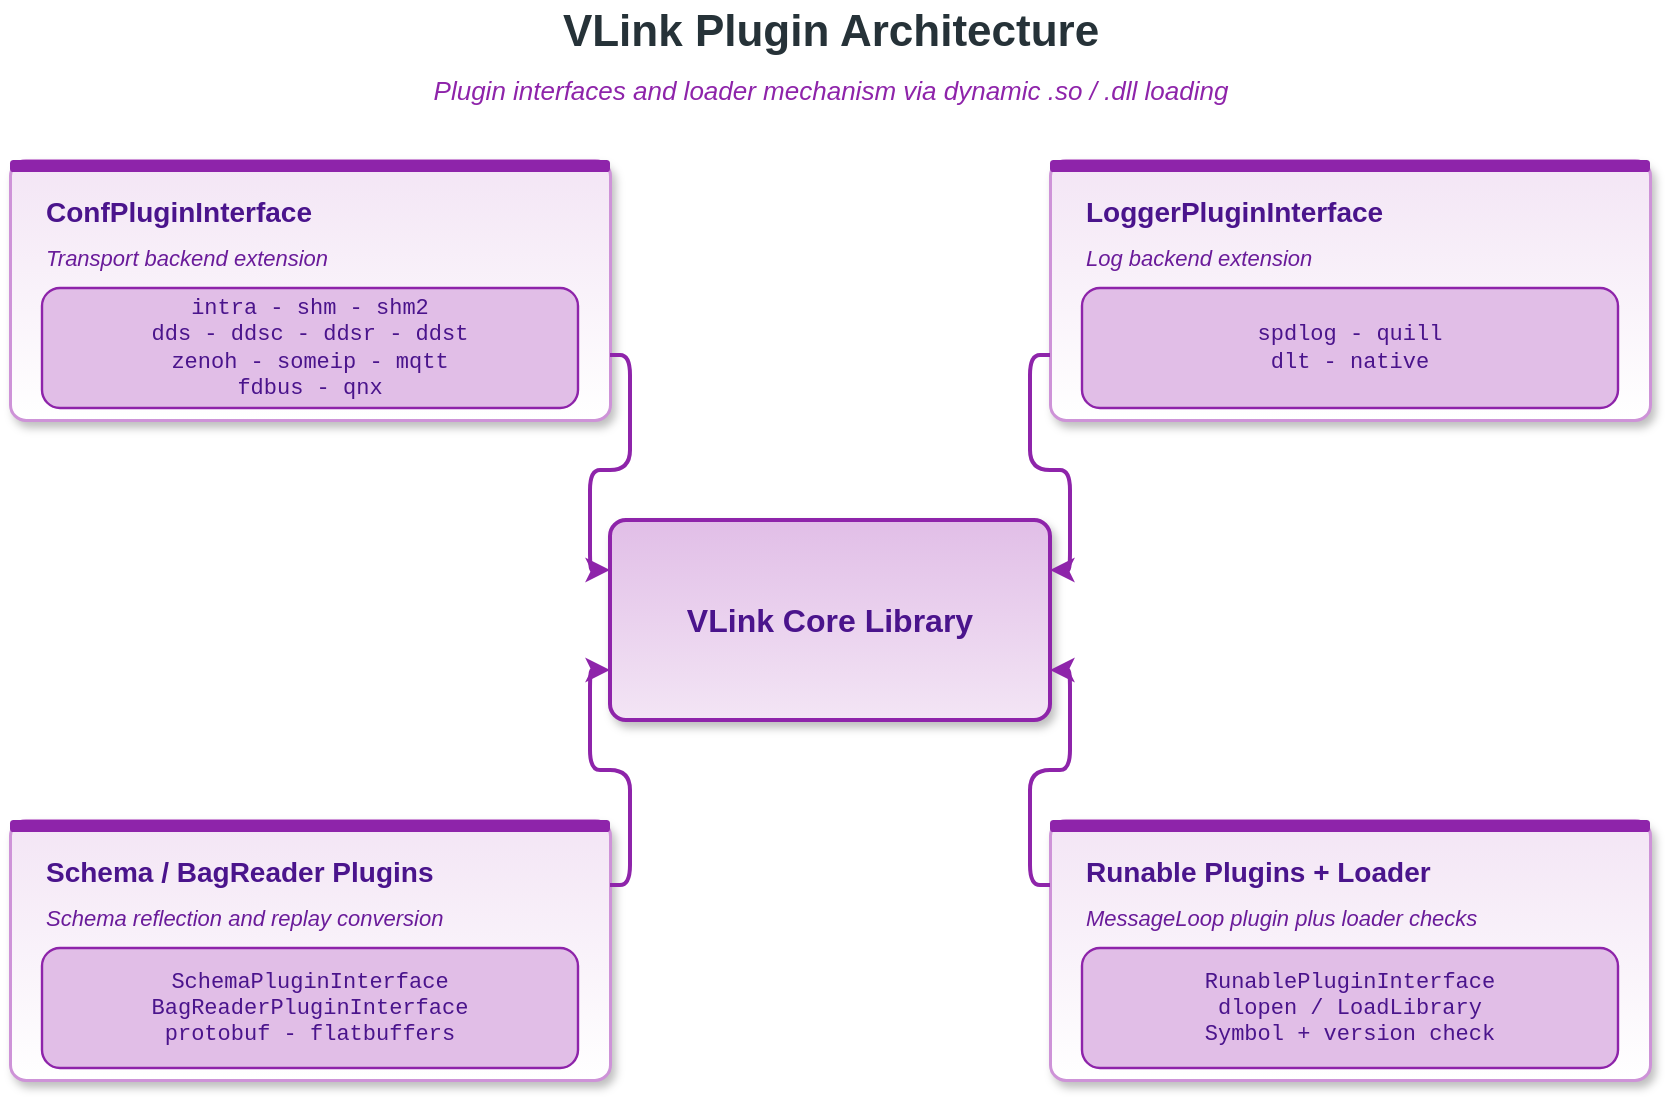
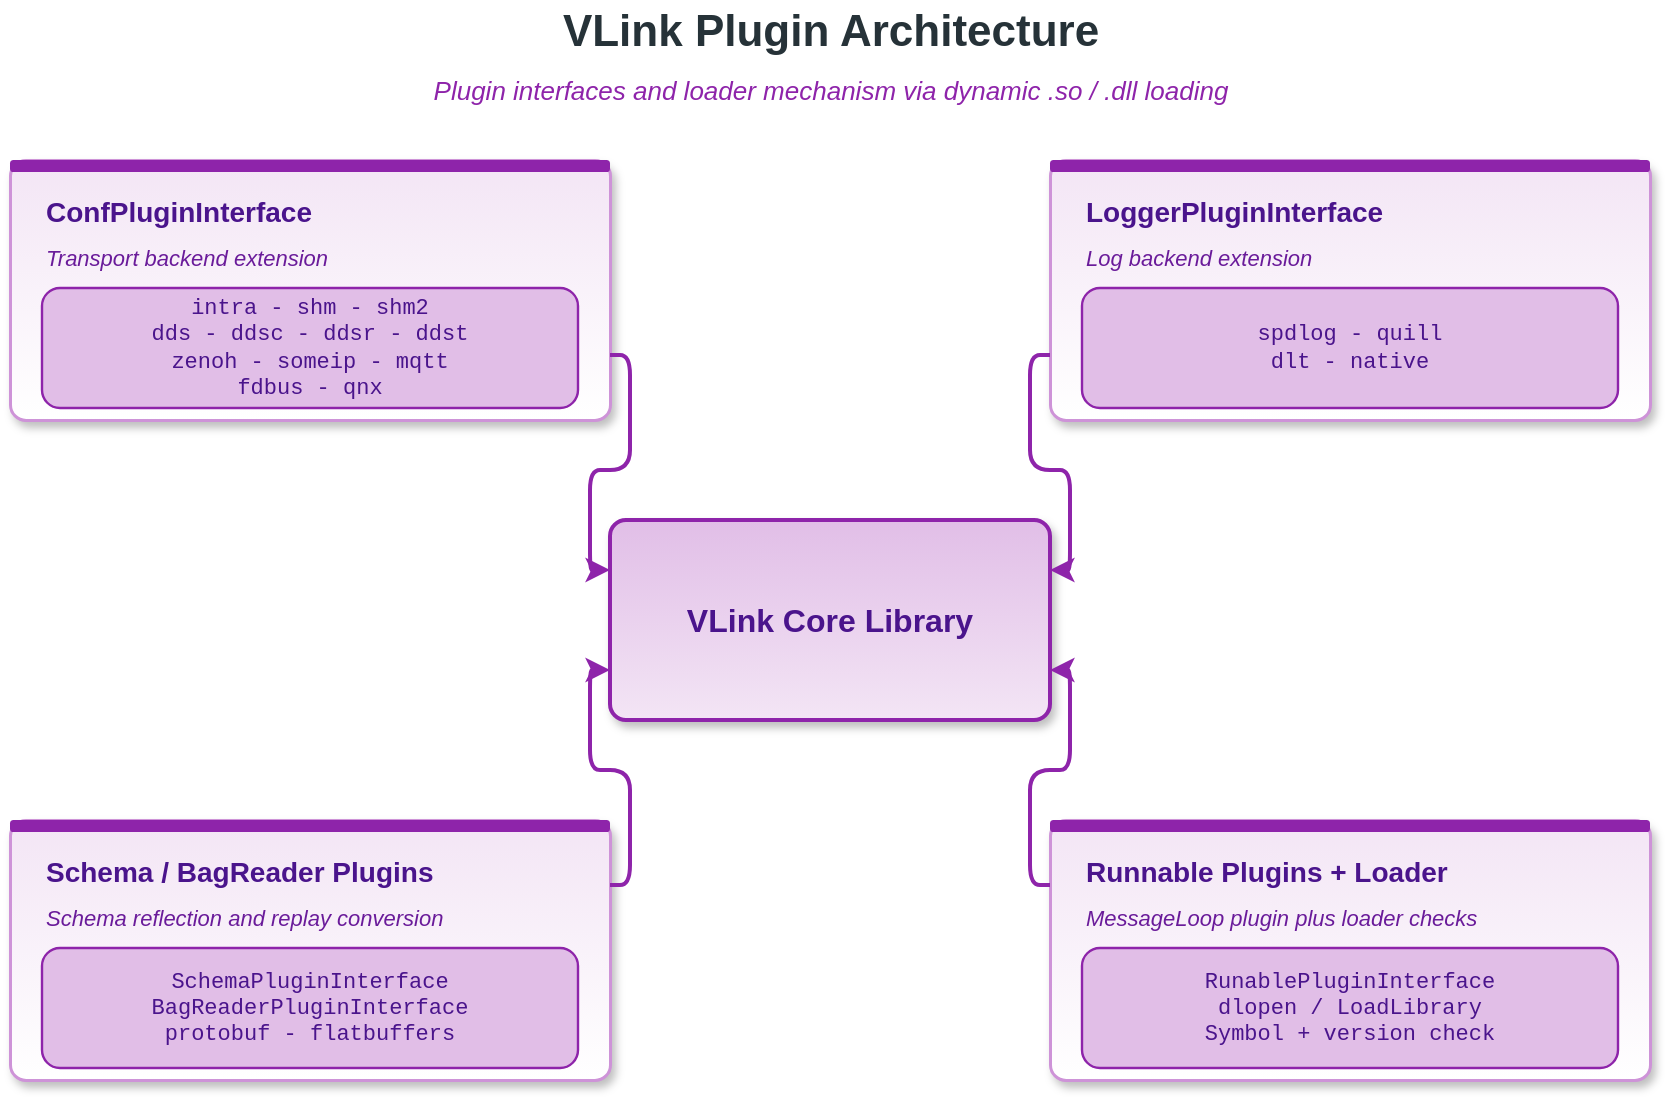
<mxfile host="app.diagrams.net" modified="2026-04-23T00:00:00.000Z" agent="Claude" version="24.0.0" type="device">
  <diagram id="plugin-architecture" name="Plugin Architecture">
    <mxGraphModel dx="900" dy="640" grid="0" gridSize="10" guides="1" tooltips="1" connect="1" arrows="1" fold="1" page="1" pageScale="1" pageWidth="900" pageHeight="640" math="0" shadow="0">
      <root>
        <mxCell id="0" />
        <mxCell id="1" parent="0" />

        <!-- Title -->
        <mxCell id="title" value="VLink Plugin Architecture" style="text;html=1;align=center;verticalAlign=middle;strokeColor=none;fillColor=none;fontSize=22;fontStyle=1;fontColor=#263238;" vertex="1" parent="1">
          <mxGeometry x="40" y="20" width="820" height="32" as="geometry" />
        </mxCell>
        <mxCell id="subtitle" value="Plugin interfaces and loader mechanism via dynamic .so / .dll loading" style="text;html=1;align=center;verticalAlign=middle;strokeColor=none;fillColor=none;fontSize=13;fontStyle=2;fontColor=#8e24aa;" vertex="1" parent="1">
          <mxGeometry x="40" y="54" width="820" height="22" as="geometry" />
        </mxCell>

        <!-- Center: Core -->
        <mxCell id="core" value="VLink Core Library" style="rounded=1;whiteSpace=wrap;html=1;fillColor=#f3e5f5;strokeColor=#8e24aa;strokeWidth=2;fontSize=16;fontStyle=1;fontColor=#4a148c;arcSize=8;verticalAlign=middle;shadow=1;gradientColor=#e1bee7;gradientDirection=north;" vertex="1" parent="1">
          <mxGeometry x="340" y="280" width="220" height="100" as="geometry" />
        </mxCell>

        <!-- Top-left: ConfPluginInterface -->
        <mxCell id="conf_box" value="" style="rounded=1;whiteSpace=wrap;html=1;fillColor=#ffffff;strokeColor=#ce93d8;strokeWidth=1.5;arcSize=6;shadow=1;gradientColor=#f3e5f5;gradientDirection=north;" vertex="1" parent="1">
          <mxGeometry x="40" y="100" width="300" height="130" as="geometry" />
        </mxCell>
        <mxCell id="conf_bar" value="" style="rounded=1;whiteSpace=wrap;html=1;fillColor=#8e24aa;strokeColor=none;arcSize=30;" vertex="1" parent="1">
          <mxGeometry x="40" y="100" width="300" height="6" as="geometry" />
        </mxCell>
        <mxCell id="conf_t" value="ConfPluginInterface" style="text;html=1;align=left;verticalAlign=middle;strokeColor=none;fillColor=none;fontSize=14;fontStyle=1;fontColor=#4a148c;" vertex="1" parent="1">
          <mxGeometry x="56" y="114" width="268" height="24" as="geometry" />
        </mxCell>
        <mxCell id="conf_l" value="Transport backend extension" style="text;html=1;align=left;verticalAlign=middle;strokeColor=none;fillColor=none;fontSize=11;fontStyle=2;fontColor=#6a1b9a;" vertex="1" parent="1">
          <mxGeometry x="56" y="140" width="268" height="18" as="geometry" />
        </mxCell>
        <mxCell id="conf_items" value="intra  -  shm  -  shm2&#10;dds  -  ddsc  -  ddsr  -  ddst&#10;zenoh  -  someip  -  mqtt&#10;fdbus  -  qnx" style="rounded=1;whiteSpace=wrap;html=1;fillColor=#e1bee7;strokeColor=#8e24aa;strokeWidth=1.2;fontSize=11;fontFamily=Courier New;fontColor=#4a148c;align=center;" vertex="1" parent="1">
          <mxGeometry x="56" y="164" width="268" height="60" as="geometry" />
        </mxCell>

        <!-- Top-right: LoggerPluginInterface -->
        <mxCell id="log_box" value="" style="rounded=1;whiteSpace=wrap;html=1;fillColor=#ffffff;strokeColor=#ce93d8;strokeWidth=1.5;arcSize=6;shadow=1;gradientColor=#f3e5f5;gradientDirection=north;" vertex="1" parent="1">
          <mxGeometry x="560" y="100" width="300" height="130" as="geometry" />
        </mxCell>
        <mxCell id="log_bar" value="" style="rounded=1;whiteSpace=wrap;html=1;fillColor=#8e24aa;strokeColor=none;arcSize=30;" vertex="1" parent="1">
          <mxGeometry x="560" y="100" width="300" height="6" as="geometry" />
        </mxCell>
        <mxCell id="log_t" value="LoggerPluginInterface" style="text;html=1;align=left;verticalAlign=middle;strokeColor=none;fillColor=none;fontSize=14;fontStyle=1;fontColor=#4a148c;" vertex="1" parent="1">
          <mxGeometry x="576" y="114" width="268" height="24" as="geometry" />
        </mxCell>
        <mxCell id="log_l" value="Log backend extension" style="text;html=1;align=left;verticalAlign=middle;strokeColor=none;fillColor=none;fontSize=11;fontStyle=2;fontColor=#6a1b9a;" vertex="1" parent="1">
          <mxGeometry x="576" y="140" width="268" height="18" as="geometry" />
        </mxCell>
        <mxCell id="log_items" value="spdlog  -  quill&#10;dlt  -  native" style="rounded=1;whiteSpace=wrap;html=1;fillColor=#e1bee7;strokeColor=#8e24aa;strokeWidth=1.2;fontSize=11;fontFamily=Courier New;fontColor=#4a148c;align=center;" vertex="1" parent="1">
          <mxGeometry x="576" y="164" width="268" height="60" as="geometry" />
        </mxCell>

        <!-- Bottom-left: SchemaPluginInterface / BagReaderPluginInterface -->
        <mxCell id="sch_box" value="" style="rounded=1;whiteSpace=wrap;html=1;fillColor=#ffffff;strokeColor=#ce93d8;strokeWidth=1.5;arcSize=6;shadow=1;gradientColor=#f3e5f5;gradientDirection=north;" vertex="1" parent="1">
          <mxGeometry x="40" y="430" width="300" height="130" as="geometry" />
        </mxCell>
        <mxCell id="sch_bar" value="" style="rounded=1;whiteSpace=wrap;html=1;fillColor=#8e24aa;strokeColor=none;arcSize=30;" vertex="1" parent="1">
          <mxGeometry x="40" y="430" width="300" height="6" as="geometry" />
        </mxCell>
        <mxCell id="sch_t" value="Schema / BagReader Plugins" style="text;html=1;align=left;verticalAlign=middle;strokeColor=none;fillColor=none;fontSize=14;fontStyle=1;fontColor=#4a148c;" vertex="1" parent="1">
          <mxGeometry x="56" y="444" width="268" height="24" as="geometry" />
        </mxCell>
        <mxCell id="sch_l" value="Schema reflection and replay conversion" style="text;html=1;align=left;verticalAlign=middle;strokeColor=none;fillColor=none;fontSize=11;fontStyle=2;fontColor=#6a1b9a;" vertex="1" parent="1">
          <mxGeometry x="56" y="470" width="268" height="18" as="geometry" />
        </mxCell>
        <mxCell id="sch_items" value="SchemaPluginInterface&#10;BagReaderPluginInterface&#10;protobuf  -  flatbuffers" style="rounded=1;whiteSpace=wrap;html=1;fillColor=#e1bee7;strokeColor=#8e24aa;strokeWidth=1.2;fontSize=11;fontFamily=Courier New;fontColor=#4a148c;align=center;" vertex="1" parent="1">
          <mxGeometry x="56" y="494" width="268" height="60" as="geometry" />
        </mxCell>

        <!-- Bottom-right: RunablePluginInterface / Plugin Loader -->
        <mxCell id="ld_box" value="" style="rounded=1;whiteSpace=wrap;html=1;fillColor=#ffffff;strokeColor=#ce93d8;strokeWidth=1.5;arcSize=6;shadow=1;gradientColor=#f3e5f5;gradientDirection=north;" vertex="1" parent="1">
          <mxGeometry x="560" y="430" width="300" height="130" as="geometry" />
        </mxCell>
        <mxCell id="ld_bar" value="" style="rounded=1;whiteSpace=wrap;html=1;fillColor=#8e24aa;strokeColor=none;arcSize=30;" vertex="1" parent="1">
          <mxGeometry x="560" y="430" width="300" height="6" as="geometry" />
        </mxCell>
-         <mxCell id="ld_t" value="Runable Plugins + Loader" style="text;html=1;align=left;verticalAlign=middle;strokeColor=none;fillColor=none;fontSize=14;fontStyle=1;fontColor=#4a148c;" vertex="1" parent="1">
+         <mxCell id="ld_t" value="Runnable Plugins + Loader" style="text;html=1;align=left;verticalAlign=middle;strokeColor=none;fillColor=none;fontSize=14;fontStyle=1;fontColor=#4a148c;" vertex="1" parent="1">
          <mxGeometry x="576" y="444" width="268" height="24" as="geometry" />
        </mxCell>
        <mxCell id="ld_l" value="MessageLoop plugin plus loader checks" style="text;html=1;align=left;verticalAlign=middle;strokeColor=none;fillColor=none;fontSize=11;fontStyle=2;fontColor=#6a1b9a;" vertex="1" parent="1">
          <mxGeometry x="576" y="470" width="268" height="18" as="geometry" />
        </mxCell>
        <mxCell id="ld_items" value="RunablePluginInterface&#10;dlopen / LoadLibrary&#10;Symbol + version check" style="rounded=1;whiteSpace=wrap;html=1;fillColor=#e1bee7;strokeColor=#8e24aa;strokeWidth=1.2;fontSize=11;fontFamily=Courier New;fontColor=#4a148c;align=center;" vertex="1" parent="1">
          <mxGeometry x="576" y="494" width="268" height="60" as="geometry" />
        </mxCell>

        <!-- Arrows to core -->
        <mxCell id="arr_conf" style="edgeStyle=orthogonalEdgeStyle;rounded=1;html=1;strokeColor=#8e24aa;strokeWidth=2;endArrow=classic;endFill=1;exitX=1;exitY=0.75;entryX=0;entryY=0.25;" edge="1" parent="1" source="conf_box" target="core">
          <mxGeometry relative="1" as="geometry" />
        </mxCell>
        <mxCell id="arr_log" style="edgeStyle=orthogonalEdgeStyle;rounded=1;html=1;strokeColor=#8e24aa;strokeWidth=2;endArrow=classic;endFill=1;exitX=0;exitY=0.75;entryX=1;entryY=0.25;" edge="1" parent="1" source="log_box" target="core">
          <mxGeometry relative="1" as="geometry" />
        </mxCell>
        <mxCell id="arr_sch" style="edgeStyle=orthogonalEdgeStyle;rounded=1;html=1;strokeColor=#8e24aa;strokeWidth=2;endArrow=classic;endFill=1;exitX=1;exitY=0.25;entryX=0;entryY=0.75;" edge="1" parent="1" source="sch_box" target="core">
          <mxGeometry relative="1" as="geometry" />
        </mxCell>
        <mxCell id="arr_ld" style="edgeStyle=orthogonalEdgeStyle;rounded=1;html=1;strokeColor=#8e24aa;strokeWidth=2;endArrow=classic;endFill=1;exitX=0;exitY=0.25;entryX=1;entryY=0.75;" edge="1" parent="1" source="ld_box" target="core">
          <mxGeometry relative="1" as="geometry" />
        </mxCell>

      </root>
    </mxGraphModel>
  </diagram>
</mxfile>
